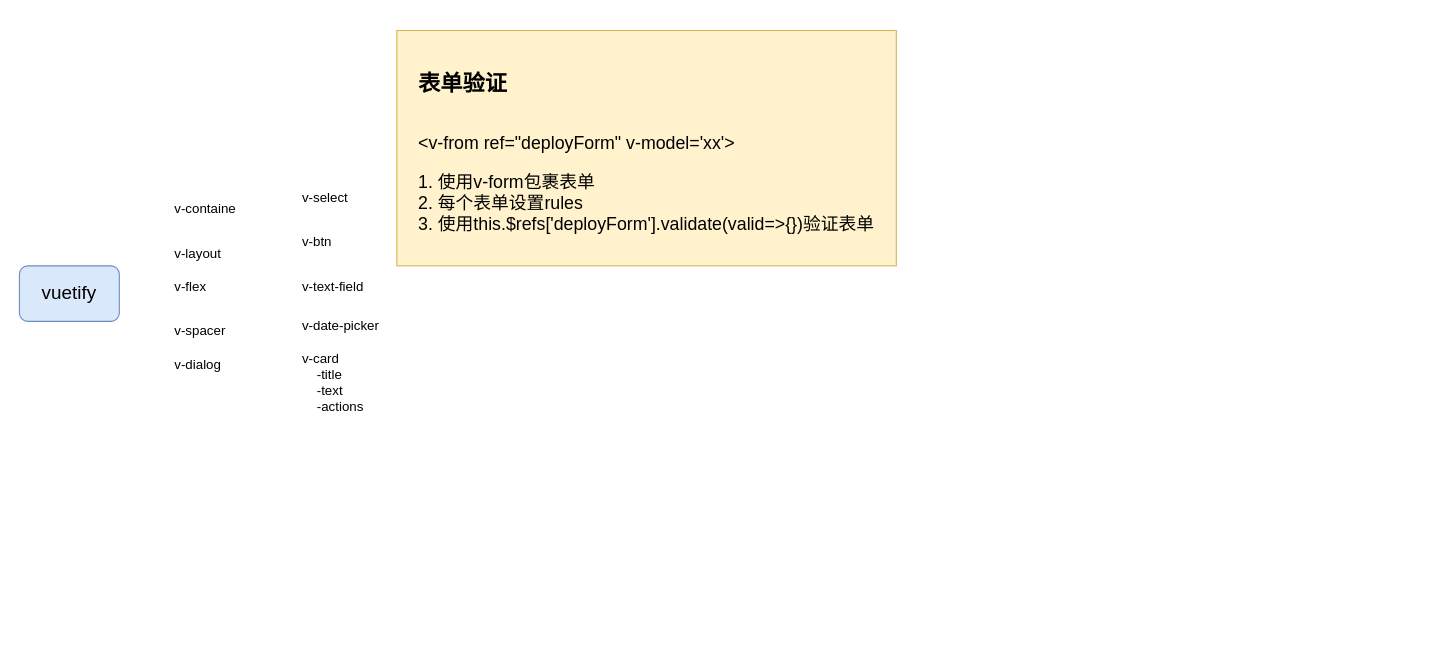
The draw.io diagram page "vuetify" (1 of 2) of assets/drawio/vue.drawio in atanx/atanx.github.io, before the edit. Source tidied: cells renumbered, new cells numbered last; positions are measured from the earlier drawing's top-left corner, leaving out a move shared by most shapes. Both pictures are drawn from the tidied source at 111%, with x=0, y=0 at pixel (19, 30).
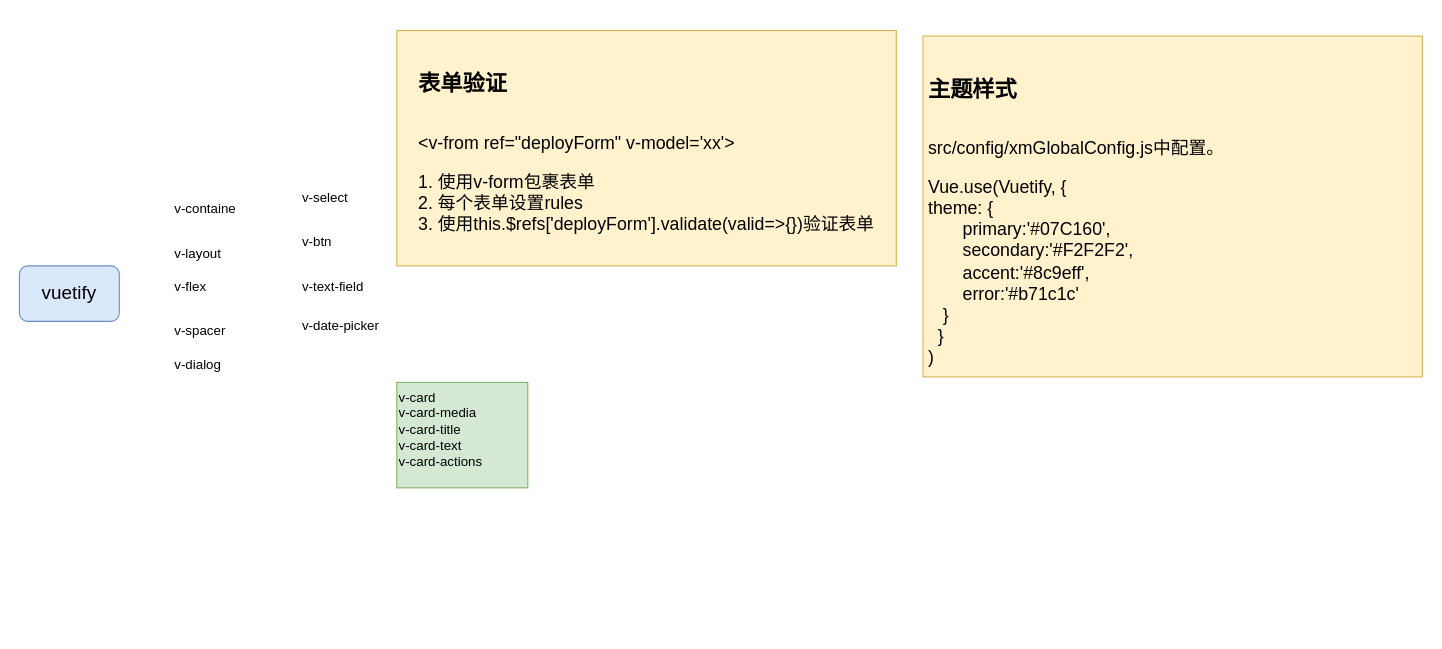
Above is the later version.

The edit, as a diff of the source:
```diff
@@
 <mxGraphModel>
   <root>
     <mxCell id="0" />
     <mxCell id="1" parent="0" />
     <mxCell id="2" value="&lt;div style=&quot;text-align: center; font-size: 17px;&quot;&gt;&lt;span style=&quot;font-size: 17px;&quot;&gt;vuetify&lt;/span&gt;&lt;/div&gt;" style="rounded=1;whiteSpace=wrap;html=1;align=center;fontSize=17;fillColor=#dae8fc;strokeColor=#6c8ebf;" parent="1" vertex="1">
       <mxGeometry y="212" width="90" height="50" as="geometry" />
     </mxCell>
     <mxCell id="3" value="v-containe" style="text;html=1;fontSize=12;" parent="1" vertex="1">
       <mxGeometry x="138" y="147" width="60" height="30" as="geometry" />
     </mxCell>
     <mxCell id="4" value="v-layout" style="text;html=1;fontSize=12;" parent="1" vertex="1">
       <mxGeometry x="138" y="187" width="58" height="30" as="geometry" />
     </mxCell>
     <mxCell id="5" value="v-flex" style="text;html=1;fontSize=12;" parent="1" vertex="1">
       <mxGeometry x="138" y="217" width="40" height="30" as="geometry" />
     </mxCell>
     <mxCell id="6" value="v-select" style="text;html=1;fontSize=12;" parent="1" vertex="1">
       <mxGeometry x="252.5" y="137" width="80" height="40" as="geometry" />
     </mxCell>
     <mxCell id="7" style="group;" parent="1" vertex="1">
       <mxGeometry x="60" y="461" width="192" height="80" as="geometry" />
     </mxCell>
-    <mxCell id="8" value="v-card&amp;nbsp; &amp;nbsp; &lt;br style=&quot;font-size: 12px&quot;&gt;&amp;nbsp; &amp;nbsp; -title&lt;br style=&quot;font-size: 12px&quot;&gt;&amp;nbsp; &amp;nbsp; -text&lt;br style=&quot;font-size: 12px&quot;&gt;&amp;nbsp; &amp;nbsp; -actions&lt;br style=&quot;font-size: 12px&quot;&gt;" style="text;html=1;fontSize=12;" parent="1" vertex="1">
-      <mxGeometry x="252.5" y="282" width="100" height="90" as="geometry" />
+    <mxCell id="8" value="v-card&amp;nbsp; &lt;br&gt;v-card-media&lt;br style=&quot;font-size: 12px&quot;&gt;v-card-title&lt;br style=&quot;font-size: 12px&quot;&gt;v-card-text&lt;br style=&quot;font-size: 12px&quot;&gt;v-card-actions&lt;br style=&quot;font-size: 12px&quot;&gt;" style="text;html=1;fontSize=12;fillColor=#d5e8d4;strokeColor=#82b366;" parent="1" vertex="1">
+      <mxGeometry x="340" y="317" width="118" height="95" as="geometry" />
     </mxCell>
     <mxCell id="9" value="v-date-picker" style="text;html=1;fontSize=12;" parent="1" vertex="1">
       <mxGeometry x="252.5" y="252" width="100" height="30" as="geometry" />
     </mxCell>
     <mxCell id="10" value="v-spacer" style="text;html=1;fontSize=12;" parent="1" vertex="1">
       <mxGeometry x="138" y="257" width="70" height="30" as="geometry" />
     </mxCell>
     <mxCell id="11" value="v-text-field" style="text;html=1;fontSize=12;" parent="1" vertex="1">
       <mxGeometry x="252.5" y="217" width="80" height="30" as="geometry" />
     </mxCell>
     <mxCell id="12" value="v-btn" style="text;html=1;fontSize=12;" parent="1" vertex="1">
       <mxGeometry x="252.5" y="177" width="50" height="30" as="geometry" />
     </mxCell>
     <mxCell id="13" value="v-dialog" style="text;html=1;fontSize=12;" parent="1" vertex="1">
       <mxGeometry x="138" y="287" width="70" height="30" as="geometry" />
     </mxCell>
     <mxCell id="14" value="&lt;p style=&quot;line-height: 50%&quot;&gt;&lt;/p&gt;&lt;h1 style=&quot;text-align: left&quot;&gt;&lt;font style=&quot;font-size: 20px&quot;&gt;表单验证&lt;/font&gt;&lt;/h1&gt;&lt;p style=&quot;text-align: left ; font-size: 16px&quot;&gt;&lt;font style=&quot;font-size: 16px&quot;&gt;&amp;lt;v-from ref=&quot;deployForm&quot; v-model='xx'&amp;gt;&lt;/font&gt;&lt;/p&gt;&lt;p style=&quot;text-align: left ; font-size: 16px&quot;&gt;&lt;font style=&quot;font-size: 16px&quot;&gt;&lt;span&gt;1. 使用v-form包裹表单&lt;br&gt;&lt;/span&gt;&lt;/font&gt;&lt;span&gt;2. 每个表单设置rules&lt;br&gt;&lt;/span&gt;&lt;span&gt;3. 使用this.$refs['deployForm'].validate(valid=&amp;gt;{})验证表单&lt;/span&gt;&lt;/p&gt;&lt;p&gt;&lt;/p&gt;" style="text;html=1;strokeColor=#d6b656;fillColor=#fff2cc;spacing=5;spacingTop=-20;whiteSpace=wrap;overflow=hidden;rounded=0;fontSize=20;align=center;" parent="1" vertex="1">
       <mxGeometry x="340" width="450" height="212" as="geometry" />
     </mxCell>
+    <mxCell id="15" value="&lt;p style=&quot;line-height: 50%&quot;&gt;&lt;/p&gt;&lt;h1 style=&quot;text-align: left&quot;&gt;&lt;span style=&quot;font-size: 20px&quot;&gt;主题样式&lt;/span&gt;&lt;/h1&gt;&lt;p style=&quot;text-align: left ; font-size: 16px&quot;&gt;src/config/xmGlobalConfig.js中配置。&lt;/p&gt;&lt;p style=&quot;text-align: left ; font-size: 16px&quot;&gt;&lt;span&gt;Vue.use(Vuetify, {&lt;br&gt;theme:&amp;nbsp;{&lt;br&gt;&lt;/span&gt;&lt;span&gt;&amp;nbsp; &amp;nbsp; &amp;nbsp; &amp;nbsp;primary:'#07C160',&lt;br&gt;&lt;/span&gt;&lt;span&gt;&amp;nbsp; &amp;nbsp; &amp;nbsp; &amp;nbsp;secondary:'#F2F2F2',&lt;br&gt;&amp;nbsp; &amp;nbsp; &amp;nbsp; &amp;nbsp;accent:'#8c9eff',&amp;nbsp;&amp;nbsp;&lt;br&gt;&amp;nbsp; &amp;nbsp; &amp;nbsp; &amp;nbsp;error:'#b71c1c'&lt;br&gt;&amp;nbsp; &amp;nbsp;}&lt;br&gt;&amp;nbsp; }&lt;br&gt;)&lt;/span&gt;&lt;/p&gt;" style="text;html=1;strokeColor=#d6b656;fillColor=#fff2cc;spacing=5;spacingTop=-20;whiteSpace=wrap;overflow=hidden;rounded=0;fontSize=20;align=left;" parent="1" vertex="1">
+      <mxGeometry x="814" y="5" width="450" height="307" as="geometry" />
+    </mxCell>
   </root>
 </mxGraphModel>
```
